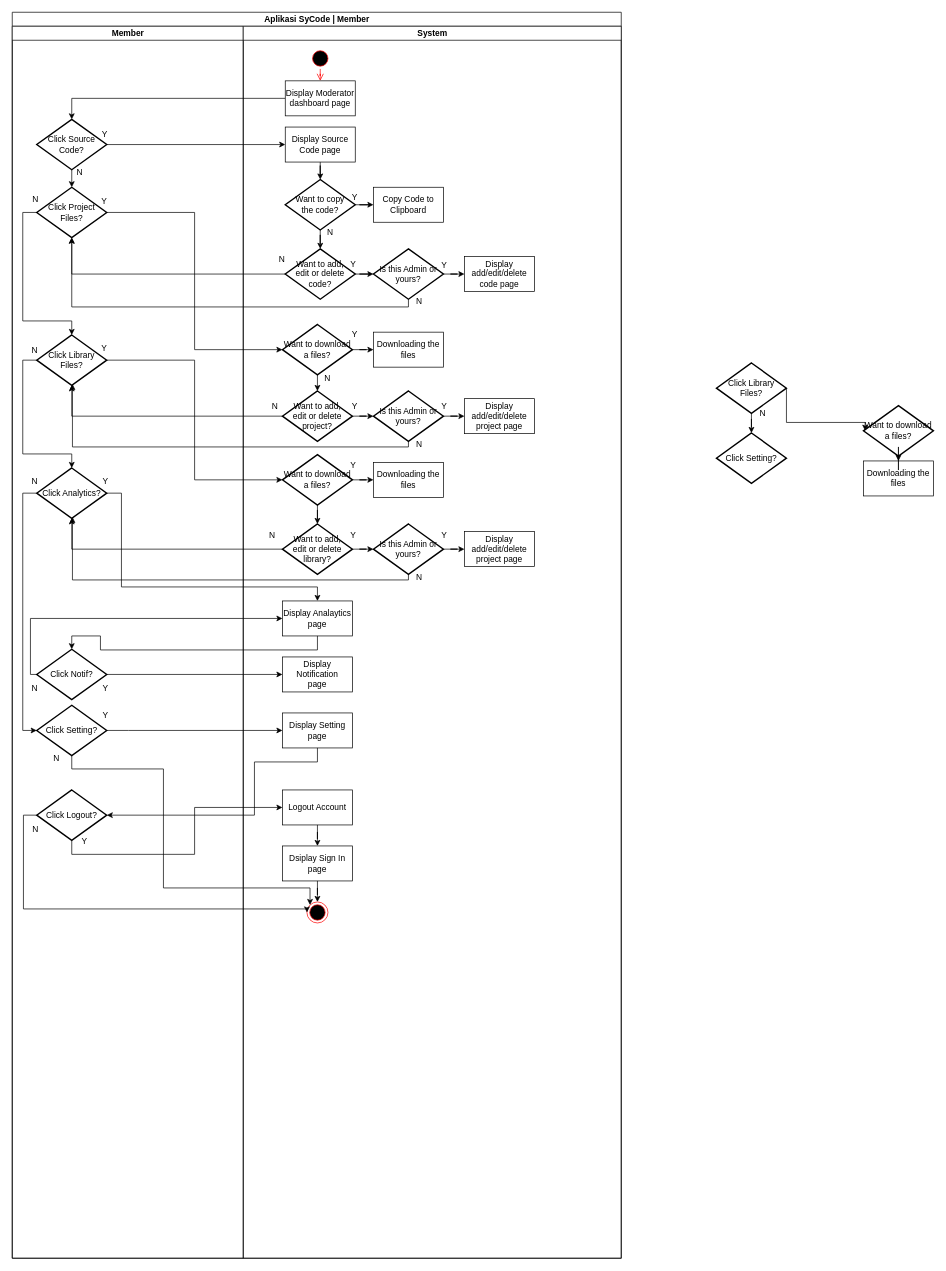
This is page "UML - Activity Diagram - Page Moderator" (19 of 19) of KP2.drawio from dapzz-id/DrawIO, a draw.io file, before an edit. Source tidied: cells renumbered, new cells numbered last; positions are measured from the earlier drawing's top-left corner, leaving out a move shared by most shapes. Both pictures are drawn from the tidied source at 70%, with x=0, y=0 at pixel (12, 12).
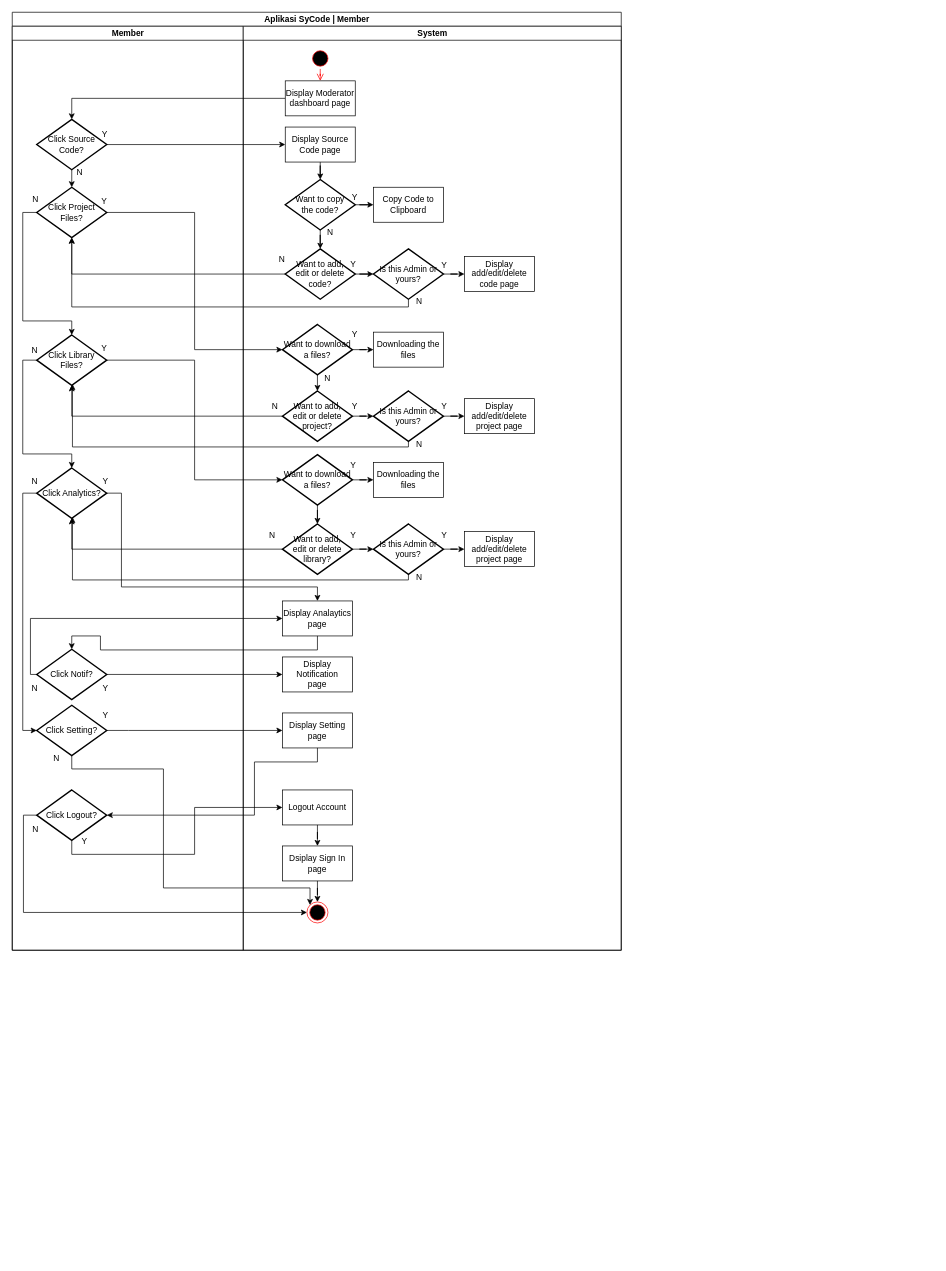
Above is the later version.

Unchanged cells that the change refers to:
```xml
<mxCell id="27" value="Click Logout?" style="strokeWidth=2;html=1;shape=mxgraph.flowchart.decision;whiteSpace=wrap;" parent="5" vertex="1">
  <mxGeometry x="35" y="1091" width="100" height="72" as="geometry" />
</mxCell>
<mxCell id="90" style="ellipse;html=1;shape=endState;fillColor=#000000;strokeColor=#ff0000;" parent="32" vertex="1">
  <mxGeometry x="91" y="1251" width="30" height="30" as="geometry" />
</mxCell>
```

The edit, as a diff of the source:
```diff
@@
     <mxCell id="2" value="Aplikasi SyCode | Member" style="swimlane;startSize=20;html=1;" parent="1" vertex="1">
-      <mxGeometry width="870" height="1780" as="geometry" />
+      <mxGeometry width="870" height="1340" as="geometry" />
     </mxCell>
@@
     <mxCell id="5" value="Member" style="swimlane;startSize=20;html=1;fillColor=default;" parent="2" vertex="1">
-      <mxGeometry y="20" width="330" height="1760" as="geometry" />
+      <mxGeometry y="20" width="330" height="1320" as="geometry" />
     </mxCell>
@@
     <mxCell id="32" value="System" style="swimlane;startSize=20;html=1;" parent="2" vertex="1">
-      <mxGeometry x="330" y="20" width="540" height="1760" as="geometry" />
+      <mxGeometry x="330" y="20" width="540" height="1320" as="geometry" />
     </mxCell>
@@
     <mxCell id="104" style="edgeStyle=orthogonalEdgeStyle;rounded=0;jettySize=auto;html=1;exitX=0;exitY=0.5;exitDx=0;exitDy=0;exitPerimeter=0;entryX=0;entryY=0.5;entryDx=0;entryDy=0;" parent="2" edge="1" source="27" target="90">
       <mxGeometry relative="1" as="geometry">
         <Array as="points">
           <mxPoint x="16" y="1147" />
-          <mxPoint x="16" y="1281" />
-          <mxPoint x="421" y="1281" />
+          <mxPoint x="16" y="1286" />
         </Array>
       </mxGeometry>
     </mxCell>
-    <mxCell id="105" value="Click Library&lt;div&gt;Files?&lt;/div&gt;" style="strokeWidth=2;html=1;shape=mxgraph.flowchart.decision;whiteSpace=wrap;" parent="1" vertex="1">
-      <mxGeometry x="1006" y="501" width="100" height="72" as="geometry" />
-    </mxCell>
-    <mxCell id="106" value="Click Setting?" style="strokeWidth=2;html=1;shape=mxgraph.flowchart.decision;whiteSpace=wrap;" parent="1" vertex="1">
-      <mxGeometry x="1006" y="601" width="100" height="72" as="geometry" />
-    </mxCell>
-    <mxCell id="107" value="N" style="text;html=1;align=center;verticalAlign=middle;strokeColor=none;fillColor=none;" parent="1" vertex="1">
-      <mxGeometry x="1057" y="559" width="30" height="30" as="geometry" />
-    </mxCell>
-    <mxCell id="108" style="edgeStyle=orthogonalEdgeStyle;rounded=0;jettySize=auto;html=1;" parent="1" edge="1" source="105" target="106">
-      <mxGeometry relative="1" as="geometry" />
-    </mxCell>
-    <mxCell id="109" style="edgeStyle=orthogonalEdgeStyle;rounded=0;jettySize=auto;html=1;exitX=1;exitY=0.5;exitDx=0;exitDy=0;exitPerimeter=0;entryX=0.024;entryY=0.497;entryDx=0;entryDy=0;entryPerimeter=0;" parent="1" edge="1" source="105" target="110">
-      <mxGeometry relative="1" as="geometry">
-        <Array as="points">
-          <mxPoint x="1106" y="586" />
-        </Array>
-      </mxGeometry>
-    </mxCell>
-    <mxCell id="110" value="Want to download&lt;div&gt;&lt;span style=&quot;background-color: transparent; color: light-dark(rgb(0, 0, 0), rgb(255, 255, 255));&quot;&gt;a files?&lt;/span&gt;&lt;/div&gt;" style="strokeWidth=2;html=1;shape=mxgraph.flowchart.decision;whiteSpace=wrap;" parent="1" vertex="1">
-      <mxGeometry x="1216" y="562" width="100" height="72" as="geometry" />
-    </mxCell>
-    <mxCell id="111" value="Downloading the files" style="html=1;dashed=0;whiteSpace=wrap;" parent="1" vertex="1">
-      <mxGeometry x="1216" y="641" width="100" height="50" as="geometry" />
-    </mxCell>
-    <mxCell id="112" style="edgeStyle=orthogonalEdgeStyle;rounded=0;jettySize=auto;html=1;" parent="1" edge="1" source="110" target="111">
-      <mxGeometry relative="1" as="geometry" />
-    </mxCell>
```
